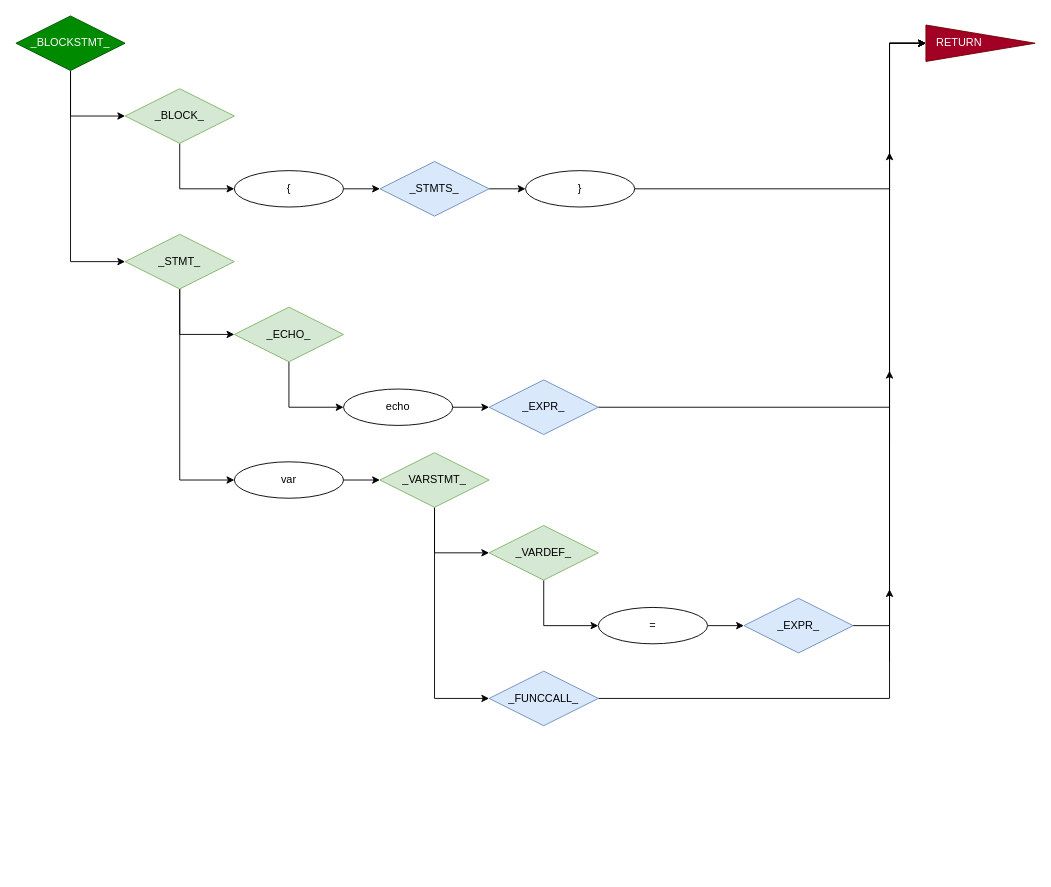
Earlier version of the draw.io diagram page "_BLOCKSTMT_" (3 of 7) of CFG.drawio (ZacharyYGateley/Compiler). Source tidied: cells renumbered, new cells numbered last; positions are measured from the earlier drawing's top-left corner, leaving out a move shared by most shapes. Both pictures are drawn from the tidied source at 91%, with x=0, y=0 at pixel (15, 15).
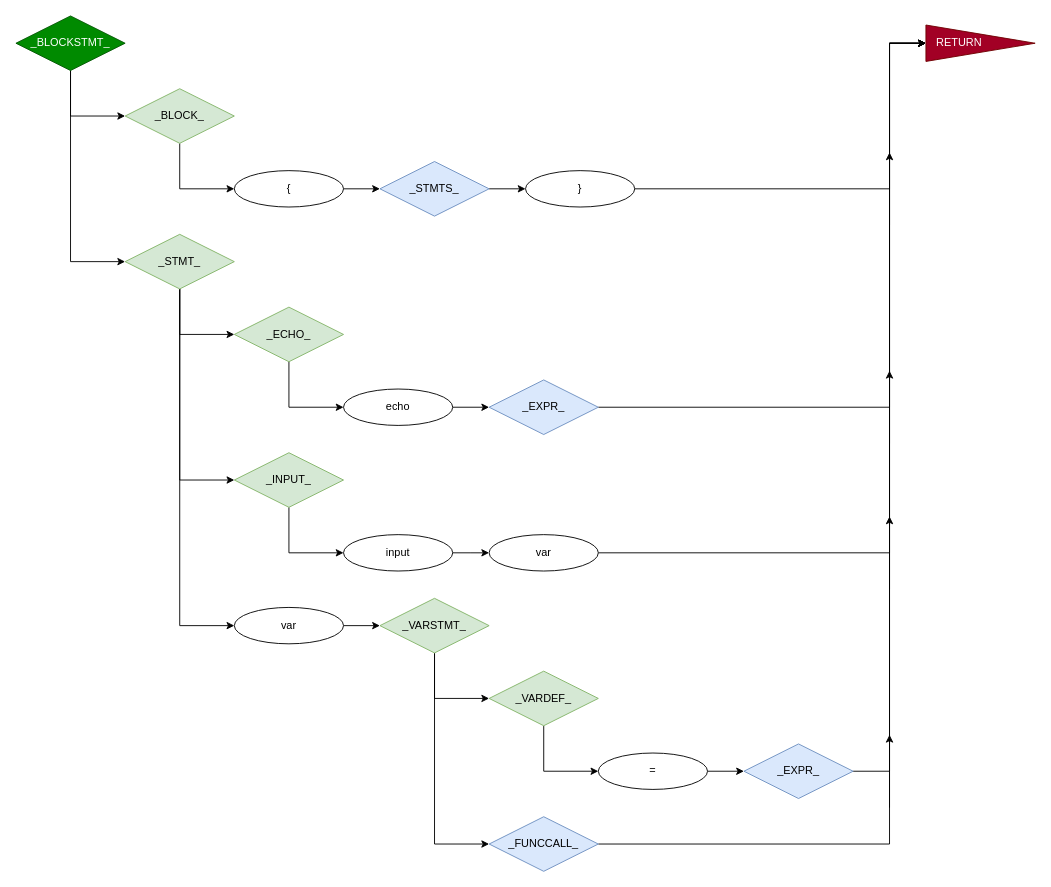
After the change.

Commit message (it also covers changes not shown here):
Added input command

The change refers to these unchanged cells:
```xml
<mxCell id="9" value="_STMT_" style="rhombus;whiteSpace=wrap;html=1;fillColor=#d5e8d4;strokeColor=#82b366;" parent="1" vertex="1">
  <mxGeometry x="120" y="240" width="120" height="60" as="geometry" />
</mxCell>
<mxCell id="23" value="RETURN&amp;nbsp; &amp;nbsp; &amp;nbsp; &amp;nbsp; &amp;nbsp; &amp;nbsp; &amp;nbsp;&amp;nbsp;" style="triangle;whiteSpace=wrap;html=1;fillColor=#a20025;strokeColor=#6F0000;fontColor=#ffffff;" parent="1" vertex="1">
  <mxGeometry x="1000" y="10" width="120" height="40" as="geometry" />
</mxCell>
```

Change to the diagram source:
```diff
@@
+    <mxCell id="39" style="edgeStyle=orthogonalEdgeStyle;rounded=0;jettySize=auto;html=1;exitX=0.5;exitY=1;exitDx=0;exitDy=0;entryX=0;entryY=0.5;entryDx=0;entryDy=0;" parent="1" edge="1" source="9" target="44">
+      <mxGeometry relative="1" as="geometry" />
+    </mxCell>
@@
     <mxCell id="18" value="_VARSTMT_" style="rhombus;whiteSpace=wrap;html=1;fillColor=#d5e8d4;strokeColor=#82b366;" parent="1" vertex="1">
-      <mxGeometry x="400" y="480" width="120" height="60" as="geometry" />
+      <mxGeometry x="400" y="640" width="120" height="60" as="geometry" />
     </mxCell>
@@
     <mxCell id="25" value="var" style="ellipse;whiteSpace=wrap;html=1;" parent="1" vertex="1">
-      <mxGeometry x="240" y="490" width="120" height="40" as="geometry" />
+      <mxGeometry x="240" y="650" width="120" height="40" as="geometry" />
     </mxCell>
@@
     <mxCell id="27" value="_VARDEF_" style="rhombus;whiteSpace=wrap;html=1;fillColor=#d5e8d4;strokeColor=#82b366;" parent="1" vertex="1">
-      <mxGeometry x="520" y="560" width="120" height="60" as="geometry" />
+      <mxGeometry x="520" y="720" width="120" height="60" as="geometry" />
     </mxCell>
@@
     <mxCell id="29" value="=" style="ellipse;whiteSpace=wrap;html=1;" parent="1" vertex="1">
-      <mxGeometry x="640" y="650" width="120" height="40" as="geometry" />
+      <mxGeometry x="640" y="810" width="120" height="40" as="geometry" />
     </mxCell>
     <mxCell id="30" style="edgeStyle=orthogonalEdgeStyle;rounded=0;jettySize=auto;html=1;exitX=1;exitY=0.5;exitDx=0;exitDy=0;entryX=0;entryY=0.5;entryDx=0;entryDy=0;" parent="1" edge="1" source="31" target="23">
       <mxGeometry relative="1" as="geometry">
         <Array as="points">
-          <mxPoint x="960" y="750" />
+          <mxPoint x="960" y="910" />
           <mxPoint x="960" y="30" />
         </Array>
       </mxGeometry>
     </mxCell>
     <mxCell id="31" value="_FUNCCALL_" style="rhombus;whiteSpace=wrap;html=1;fillColor=#dae8fc;strokeColor=#6c8ebf;" parent="1" vertex="1">
-      <mxGeometry x="520" y="720" width="120" height="60" as="geometry" />
+      <mxGeometry x="520" y="880" width="120" height="60" as="geometry" />
     </mxCell>
     <mxCell id="32" style="edgeStyle=orthogonalEdgeStyle;rounded=0;jettySize=auto;html=1;exitX=1;exitY=0.5;exitDx=0;exitDy=0;entryX=0;entryY=0.5;entryDx=0;entryDy=0;" parent="1" edge="1" source="33" target="23">
       <mxGeometry relative="1" as="geometry">
         <Array as="points">
-          <mxPoint x="960" y="670" />
+          <mxPoint x="960" y="830" />
           <mxPoint x="960" y="30" />
         </Array>
       </mxGeometry>
     </mxCell>
     <mxCell id="33" value="_EXPR_" style="rhombus;whiteSpace=wrap;html=1;fillColor=#dae8fc;strokeColor=#6c8ebf;" parent="1" vertex="1">
-      <mxGeometry x="800" y="640" width="120" height="60" as="geometry" />
+      <mxGeometry x="800" y="800" width="120" height="60" as="geometry" />
     </mxCell>
@@
     <mxCell id="36" style="endArrow=classic;html=1;" parent="1" edge="1">
       <mxGeometry relative="1" as="geometry">
-        <mxPoint x="960" y="710" as="sourcePoint" />
-        <mxPoint x="960" y="630" as="targetPoint" />
+        <mxPoint x="960" y="870" as="sourcePoint" />
+        <mxPoint x="960" y="790" as="targetPoint" />
       </mxGeometry>
     </mxCell>
@@
+    <mxCell id="40" style="edgeStyle=orthogonalEdgeStyle;rounded=0;jettySize=auto;html=1;exitX=1;exitY=0.5;exitDx=0;exitDy=0;" parent="1" edge="1" source="41">
+      <mxGeometry relative="1" as="geometry">
+        <mxPoint x="520" y="590" as="targetPoint" />
+      </mxGeometry>
+    </mxCell>
+    <mxCell id="41" value="input" style="ellipse;whiteSpace=wrap;html=1;" parent="1" vertex="1">
+      <mxGeometry x="360" y="570" width="120" height="40" as="geometry" />
+    </mxCell>
+    <mxCell id="42" style="endArrow=classic;html=1;" parent="1" edge="1">
+      <mxGeometry relative="1" as="geometry">
+        <mxPoint x="960" y="630" as="sourcePoint" />
+        <mxPoint x="960" y="550" as="targetPoint" />
+      </mxGeometry>
+    </mxCell>
+    <mxCell id="43" style="edgeStyle=orthogonalEdgeStyle;rounded=0;jettySize=auto;html=1;exitX=0.5;exitY=1;exitDx=0;exitDy=0;entryX=0;entryY=0.5;entryDx=0;entryDy=0;" parent="1" edge="1" source="44" target="41">
+      <mxGeometry relative="1" as="geometry" />
+    </mxCell>
+    <mxCell id="44" value="_INPUT_" style="rhombus;whiteSpace=wrap;html=1;fillColor=#d5e8d4;strokeColor=#82b366;" parent="1" vertex="1">
+      <mxGeometry x="240" y="480" width="120" height="60" as="geometry" />
+    </mxCell>
+    <mxCell id="45" style="edgeStyle=orthogonalEdgeStyle;rounded=0;jettySize=auto;html=1;exitX=1;exitY=0.5;exitDx=0;exitDy=0;entryX=0;entryY=0.5;entryDx=0;entryDy=0;" parent="1" edge="1" source="46" target="23">
+      <mxGeometry relative="1" as="geometry">
+        <Array as="points">
+          <mxPoint x="960" y="590" />
+          <mxPoint x="960" y="30" />
+        </Array>
+      </mxGeometry>
+    </mxCell>
+    <mxCell id="46" value="var" style="ellipse;whiteSpace=wrap;html=1;" parent="1" vertex="1">
+      <mxGeometry x="520" y="570" width="120" height="40" as="geometry" />
+    </mxCell>
```
